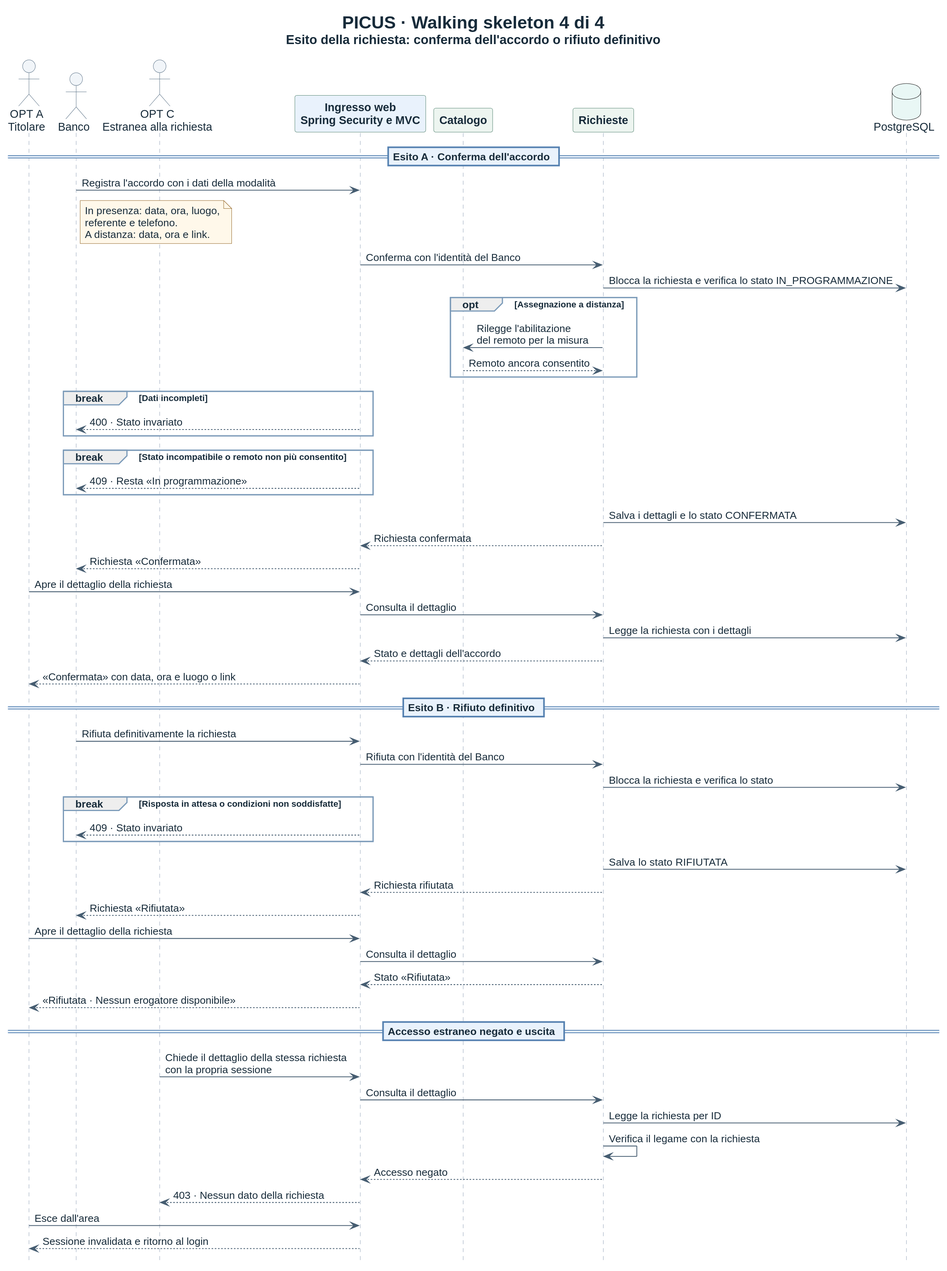
Before: docs/architecture/diagrams/PICUS-Walking-Skeleton-4-Esito.svg, a diagram exported from PlantUML (Pinguini-alla-Fragola/Progetto-SAD).
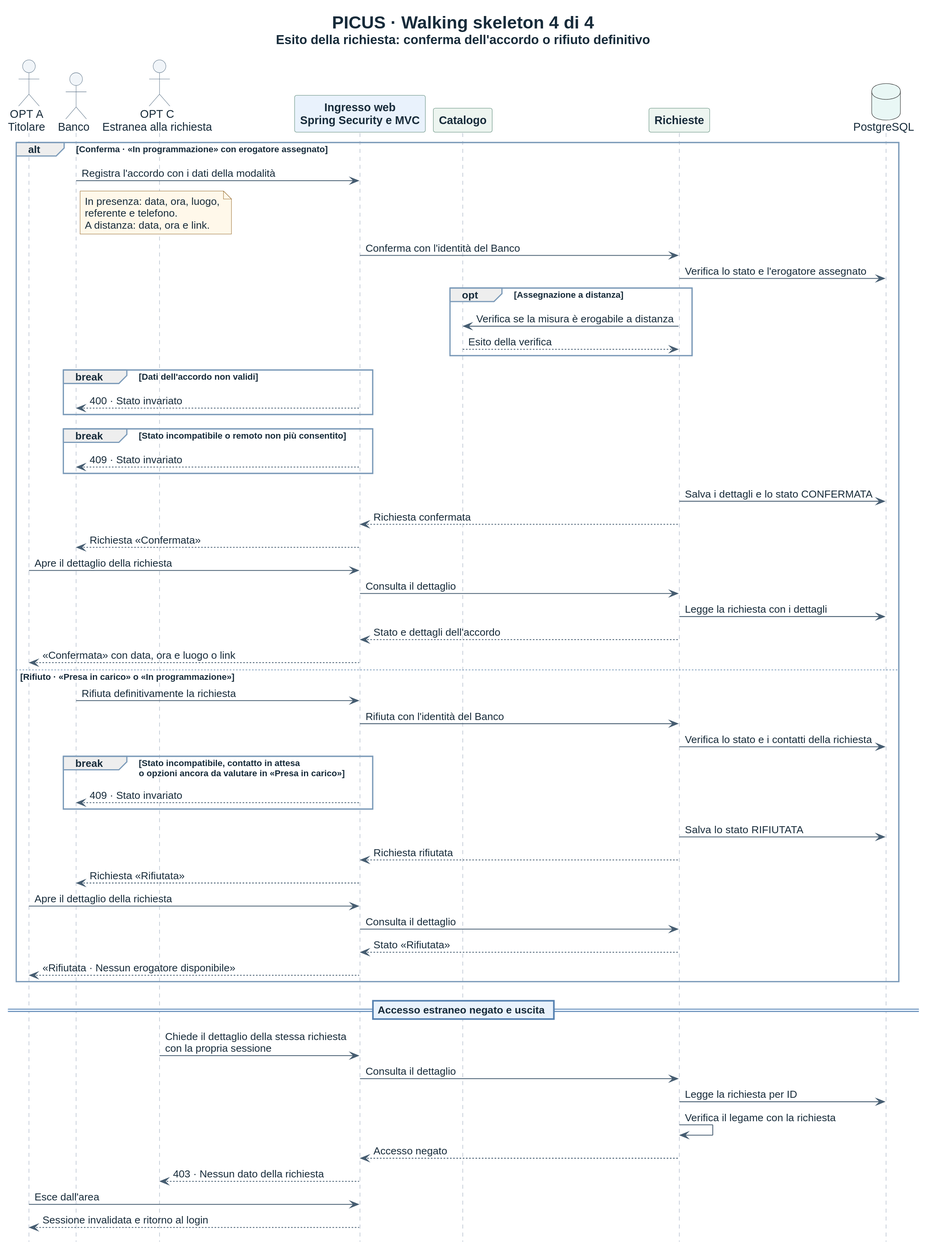
The same diagram one commit later.

Commit message:
docs(architecture): allinea il walking skeleton dopo la review

What changed in the source:
```diff
@@ -11,48 +11,48 @@
 participant "Richieste" as Richieste
 database "PostgreSQL" as Db #E9F7F5
 
-== Esito A · Conferma dell'accordo ==
-Banco -> Web: Registra l'accordo con i dati della modalità
-note right of Banco
-  In presenza: data, ora, luogo,
-  referente e telefono.
-  A distanza: data, ora e link.
-end note
-Web -> Richieste: Conferma con l'identità del Banco
-Richieste -> Db: Blocca la richiesta e verifica lo stato IN_PROGRAMMAZIONE
-opt Assegnazione a distanza
-  Richieste -> Catalogo: Rilegge l'abilitazione\ndel remoto per la misura
-  Catalogo --> Richieste: Remoto ancora consentito
+alt Conferma · «In programmazione» con erogatore assegnato
+  Banco -> Web: Registra l'accordo con i dati della modalità
+  note right of Banco
+    In presenza: data, ora, luogo,
+    referente e telefono.
+    A distanza: data, ora e link.
+  end note
+  Web -> Richieste: Conferma con l'identità del Banco
+  Richieste -> Db: Verifica lo stato e l'erogatore assegnato
+  opt Assegnazione a distanza
+    Richieste -> Catalogo: Verifica se la misura è erogabile a distanza
+    Catalogo --> Richieste: Esito della verifica
+  end
+  break Dati dell'accordo non validi
+    Web --> Banco: 400 · Stato invariato
+  end
+  break Stato incompatibile o remoto non più consentito
+    Web --> Banco: 409 · Stato invariato
+  end
+  Richieste -> Db: Salva i dettagli e lo stato CONFERMATA
+  Richieste --> Web: Richiesta confermata
+  Web --> Banco: Richiesta «Confermata»
+  Opt -> Web: Apre il dettaglio della richiesta
+  Web -> Richieste: Consulta il dettaglio
+  Richieste -> Db: Legge la richiesta con i dettagli
+  Richieste --> Web: Stato e dettagli dell'accordo
+  Web --> Opt: «Confermata» con data, ora e luogo o link
+else Rifiuto · «Presa in carico» o «In programmazione»
+  Banco -> Web: Rifiuta definitivamente la richiesta
+  Web -> Richieste: Rifiuta con l'identità del Banco
+  Richieste -> Db: Verifica lo stato e i contatti della richiesta
+  break Stato incompatibile, contatto in attesa\no opzioni ancora da valutare in «Presa in carico»
+    Web --> Banco: 409 · Stato invariato
+  end
+  Richieste -> Db: Salva lo stato RIFIUTATA
+  Richieste --> Web: Richiesta rifiutata
+  Web --> Banco: Richiesta «Rifiutata»
+  Opt -> Web: Apre il dettaglio della richiesta
+  Web -> Richieste: Consulta il dettaglio
+  Richieste --> Web: Stato «Rifiutata»
+  Web --> Opt: «Rifiutata · Nessun erogatore disponibile»
 end
-break Dati incompleti
-  Web --> Banco: 400 · Stato invariato
-end
-break Stato incompatibile o remoto non più consentito
-  Web --> Banco: 409 · Resta «In programmazione»
-end
-Richieste -> Db: Salva i dettagli e lo stato CONFERMATA
-Richieste --> Web: Richiesta confermata
-Web --> Banco: Richiesta «Confermata»
-Opt -> Web: Apre il dettaglio della richiesta
-Web -> Richieste: Consulta il dettaglio
-Richieste -> Db: Legge la richiesta con i dettagli
-Richieste --> Web: Stato e dettagli dell'accordo
-Web --> Opt: «Confermata» con data, ora e luogo o link
-
-== Esito B · Rifiuto definitivo ==
-Banco -> Web: Rifiuta definitivamente la richiesta
-Web -> Richieste: Rifiuta con l'identità del Banco
-Richieste -> Db: Blocca la richiesta e verifica lo stato
-break Risposta in attesa o condizioni non soddisfatte
-  Web --> Banco: 409 · Stato invariato
-end
-Richieste -> Db: Salva lo stato RIFIUTATA
-Richieste --> Web: Richiesta rifiutata
-Web --> Banco: Richiesta «Rifiutata»
-Opt -> Web: Apre il dettaglio della richiesta
-Web -> Richieste: Consulta il dettaglio
-Richieste --> Web: Stato «Rifiutata»
-Web --> Opt: «Rifiutata · Nessun erogatore disponibile»
 
 == Accesso estraneo negato e uscita ==
 Estranea -> Web: Chiede il dettaglio della stessa richiesta\ncon la propria sessione
```
